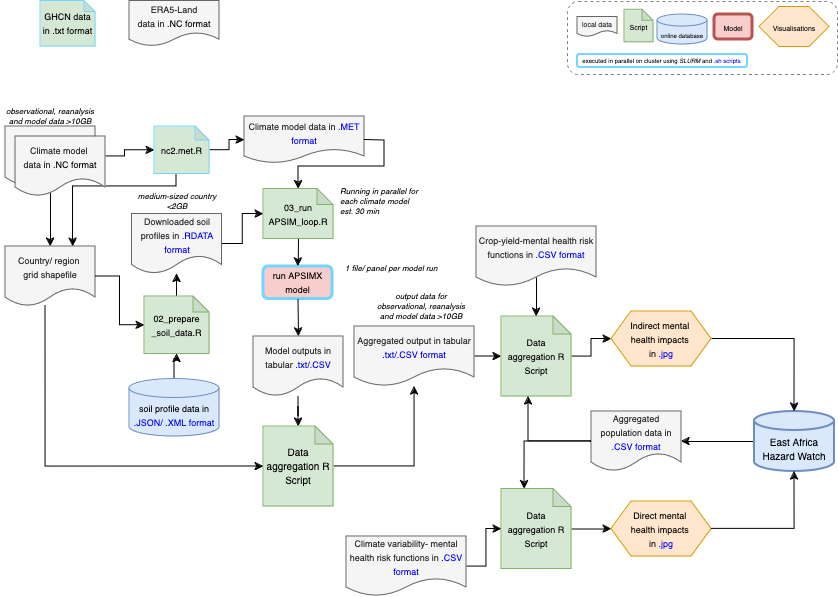
Before: Data_plan_CCAI24.drawio.png, a diagram exported from draw.io (Thalheimerl/WT_Climate_mentalhealth). Source tidied: cells renumbered, new cells last; positions are measured from the earlier drawing's top-left corner, leaving out a move shared by most shapes.
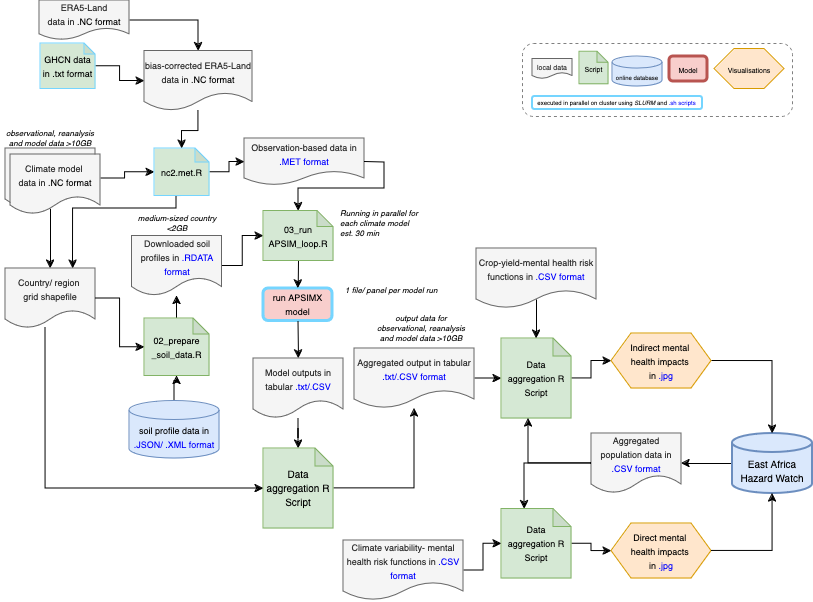
Later version of the same file.

The edit, as a diff of the source:
```diff
@@ -12,16 +12,16 @@
       <mxGeometry x="5" y="126" width="90" height="60" as="geometry" />
     </mxCell>
     <mxCell id="5" value="&lt;div&gt;&lt;font style=&quot;font-size: 6px;&quot;&gt;online database&lt;/font&gt;&lt;/div&gt;" style="shape=cylinder3;whiteSpace=wrap;html=1;boundedLbl=1;backgroundOutline=1;size=6.051724137931103;fillColor=#dae8fc;strokeColor=#6c8ebf;" parent="1" vertex="1">
-      <mxGeometry x="657" y="14" width="50" height="30" as="geometry" />
+      <mxGeometry x="612" y="34" width="50" height="30" as="geometry" />
     </mxCell>
     <mxCell id="6" value="&lt;font style=&quot;font-size: 7px;&quot;&gt;Visualisations&lt;/font&gt;" style="shape=hexagon;perimeter=hexagonPerimeter2;whiteSpace=wrap;html=1;fixedSize=1;fillColor=#ffe6cc;strokeColor=#d79b00;" parent="1" vertex="1">
-      <mxGeometry x="759" y="6.5" width="70" height="40" as="geometry" />
+      <mxGeometry x="714" y="26.5" width="70" height="40" as="geometry" />
     </mxCell>
     <mxCell id="7" value="&lt;font style=&quot;font-size: 7px;&quot;&gt;local data&lt;/font&gt;" style="shape=document;whiteSpace=wrap;html=1;boundedLbl=1;fillColor=#f5f5f5;fontColor=#333333;strokeColor=#666666;" parent="1" vertex="1">
-      <mxGeometry x="577" y="16.5" width="40" height="20" as="geometry" />
+      <mxGeometry x="532" y="36.5" width="40" height="20" as="geometry" />
     </mxCell>
     <mxCell id="8" value="&lt;font style=&quot;font-size: 7px;&quot;&gt;Script&lt;/font&gt;" style="shape=note;whiteSpace=wrap;html=1;backgroundOutline=1;darkOpacity=0.05;size=11;fillColor=#d5e8d4;strokeColor=#82b366;" parent="1" vertex="1">
-      <mxGeometry x="624" y="9.2" width="29" height="32.5" as="geometry" />
+      <mxGeometry x="579" y="29.2" width="29" height="32.5" as="geometry" />
     </mxCell>
     <mxCell id="9" value="&lt;div&gt;&lt;font style=&quot;font-size: 9px;&quot;&gt;Country/ region&amp;nbsp;&lt;/font&gt;&lt;/div&gt;&lt;div&gt;&lt;font style=&quot;font-size: 9px;&quot;&gt;grid shapefile&lt;/font&gt;&lt;/div&gt;" style="shape=document;whiteSpace=wrap;html=1;boundedLbl=1;fillColor=#f5f5f5;fontColor=#333333;strokeColor=#666666;" parent="1" vertex="1">
       <mxGeometry x="5" y="246" width="90" height="60" as="geometry" />
@@ -51,7 +51,7 @@
       <mxGeometry relative="1" as="geometry" />
     </mxCell>
     <mxCell id="18" value="&lt;font style=&quot;font-size: 7px;&quot;&gt;Model&lt;/font&gt;" style="rounded=1;whiteSpace=wrap;html=1;fillColor=#f8cecc;strokeColor=#b85450;strokeWidth=3;" parent="1" vertex="1">
-      <mxGeometry x="714" y="14" width="38" height="25" as="geometry" />
+      <mxGeometry x="669" y="34" width="38" height="25" as="geometry" />
     </mxCell>
     <mxCell id="19" style="edgeStyle=orthogonalEdgeStyle;rounded=0;jettySize=auto;html=1;" parent="1" edge="1" source="20" target="22">
       <mxGeometry relative="1" as="geometry" />
@@ -69,7 +69,7 @@
       <mxGeometry relative="1" as="geometry" />
     </mxCell>
     <mxCell id="24" value="&lt;font style=&quot;font-size: 10px;&quot;&gt;East Africa Hazard Watch&lt;br&gt;&lt;/font&gt;" style="shape=cylinder3;whiteSpace=wrap;html=1;boundedLbl=1;backgroundOutline=1;size=9.517241379310292;fillColor=#dae8fc;strokeColor=#6c8ebf;strokeWidth=2;" parent="1" vertex="1">
-      <mxGeometry x="754" y="411" width="80" height="60" as="geometry" />
+      <mxGeometry x="732" y="411" width="80" height="60" as="geometry" />
     </mxCell>
     <mxCell id="25" style="edgeStyle=orthogonalEdgeStyle;rounded=0;jettySize=auto;html=1;entryX=0;entryY=0.5;entryDx=0;entryDy=0;entryPerimeter=0;exitX=0.444;exitY=0.983;exitDx=0;exitDy=0;exitPerimeter=0;" parent="1" edge="1" source="9" target="22">
       <mxGeometry relative="1" as="geometry" />
@@ -98,7 +98,7 @@
       <mxGeometry relative="1" as="geometry" />
     </mxCell>
     <mxCell id="32" value="&lt;font style=&quot;font-size: 9px;&quot;&gt;Data aggregation R Script&lt;font&gt;&lt;br&gt;&lt;/font&gt;&lt;/font&gt;" style="shape=note;whiteSpace=wrap;html=1;backgroundOutline=1;darkOpacity=0.05;size=18;fillColor=#d5e8d4;strokeColor=#82b366;" parent="1" vertex="1">
-      <mxGeometry x="501" y="488.5" width="70" height="80" as="geometry" />
+      <mxGeometry x="501" y="486.5" width="70" height="69.5" as="geometry" />
     </mxCell>
     <mxCell id="33" style="edgeStyle=orthogonalEdgeStyle;rounded=0;jettySize=auto;html=1;entryX=0.386;entryY=1;entryDx=0;entryDy=0;entryPerimeter=0;" parent="1" edge="1" source="30" target="29">
       <mxGeometry relative="1" as="geometry" />
@@ -142,7 +142,7 @@
       <mxGeometry relative="1" as="geometry" />
     </mxCell>
     <mxCell id="46" value="&lt;font style=&quot;font-size: 9px;&quot;&gt;Climate variability- mental health risk functions in &lt;span style=&quot;color: rgb(0, 0, 255);&quot;&gt;.CSV format&lt;/span&gt;&lt;font&gt;&lt;span style=&quot;color: rgb(0, 0, 255);&quot;&gt;&lt;br&gt;&lt;/span&gt;&lt;/font&gt;&lt;/font&gt;" style="shape=document;whiteSpace=wrap;html=1;boundedLbl=1;fillColor=#f5f5f5;fontColor=#333333;strokeColor=#666666;" parent="1" vertex="1">
-      <mxGeometry x="346" y="536" width="120" height="60" as="geometry" />
+      <mxGeometry x="343" y="518" width="120" height="60" as="geometry" />
     </mxCell>
     <mxCell id="47" value="&lt;font style=&quot;font-size: 9px;&quot;&gt;Crop-yield-mental health risk functions in &lt;span style=&quot;color: rgb(0, 0, 255);&quot;&gt;.CSV format&lt;/span&gt;&lt;/font&gt;" style="shape=document;whiteSpace=wrap;html=1;boundedLbl=1;fillColor=#f5f5f5;fontColor=#333333;strokeColor=#666666;" parent="1" vertex="1">
       <mxGeometry x="476" y="226" width="120" height="60" as="geometry" />
@@ -152,7 +152,7 @@
         <mxPoint x="536" y="277" as="sourcePoint" />
       </mxGeometry>
     </mxCell>
-    <mxCell id="49" value="&lt;font style=&quot;font-size: 9px;&quot;&gt;Climate model data in &lt;span style=&quot;color: rgb(0, 0, 255);&quot;&gt;.MET format&lt;br&gt;&lt;/span&gt;&lt;/font&gt;" style="shape=document;whiteSpace=wrap;html=1;boundedLbl=1;fillColor=#f5f5f5;fontColor=#333333;strokeColor=#666666;" parent="1" vertex="1">
+    <mxCell id="49" value="&lt;font style=&quot;font-size: 9px;&quot;&gt;Observation-based data in &lt;span style=&quot;color: rgb(0, 0, 255);&quot;&gt;.MET format&lt;br&gt;&lt;/span&gt;&lt;/font&gt;" style="shape=document;whiteSpace=wrap;html=1;boundedLbl=1;fillColor=#f5f5f5;fontColor=#333333;strokeColor=#666666;" parent="1" vertex="1">
       <mxGeometry x="244" y="116" width="120" height="47" as="geometry" />
     </mxCell>
     <mxCell id="50" style="endArrow=classic;html=1;rounded=0;entryX=0.5;entryY=0;entryDx=0;entryDy=0;entryPerimeter=0;exitX=1;exitY=0.5;exitDx=0;exitDy=0;" parent="1" edge="1" source="49" target="16">
@@ -174,10 +174,10 @@
       <mxGeometry relative="1" as="geometry" />
     </mxCell>
     <mxCell id="54" value="&lt;font style=&quot;font-size: 6px;&quot;&gt;executed in parallel on cluster using &lt;i&gt;SLURM&lt;/i&gt; and &lt;font style=&quot;color: rgb(0, 0, 255);&quot;&gt;.sh scripts&lt;br&gt;&lt;/font&gt;&lt;/font&gt;" style="text;html=1;align=center;verticalAlign=middle;whiteSpace=wrap;rounded=0;" parent="1" vertex="1">
-      <mxGeometry x="577" y="44" width="169" height="30" as="geometry" />
+      <mxGeometry x="532" y="64" width="169" height="30" as="geometry" />
     </mxCell>
     <mxCell id="55" style="rounded=1;whiteSpace=wrap;html=1;strokeWidth=2;strokeColor=light-dark(#75D5FF,#008F00);fillColor=none;" parent="1" vertex="1">
-      <mxGeometry x="577" y="54" width="170" height="13" as="geometry" />
+      <mxGeometry x="532" y="74" width="170" height="13" as="geometry" />
     </mxCell>
     <mxCell id="56" style="edgeStyle=orthogonalEdgeStyle;rounded=0;orthogonalLoop=1;jettySize=auto;html=1;exitX=0.5;exitY=1;exitDx=0;exitDy=0;" parent="1" edge="1" source="55" target="55">
       <mxGeometry relative="1" as="geometry" />
@@ -188,8 +188,9 @@
     <mxCell id="58" style="edgeStyle=orthogonalEdgeStyle;rounded=0;jettySize=auto;html=1;entryX=0.75;entryY=0;entryDx=0;entryDy=0;exitX=0.5;exitY=1;exitDx=0;exitDy=0;exitPerimeter=0;" parent="1" edge="1" source="59" target="9">
       <mxGeometry relative="1" as="geometry">
         <Array as="points">
+          <mxPoint x="176" y="174" />
           <mxPoint x="176" y="186" />
-          <mxPoint x="72" y="186" />
+          <mxPoint x="73" y="186" />
         </Array>
       </mxGeometry>
     </mxCell>
@@ -197,16 +198,28 @@
       <mxGeometry x="154" y="126" width="55" height="47.5" as="geometry" />
     </mxCell>
     <mxCell id="60" style="rounded=1;whiteSpace=wrap;html=1;fillColor=none;dashed=1;strokeColor=#808080;" parent="1" vertex="1">
-      <mxGeometry x="567" y="1" width="270" height="73" as="geometry" />
+      <mxGeometry x="522" y="21" width="270" height="73" as="geometry" />
     </mxCell>
+    <mxCell id="64" style="edgeStyle=orthogonalEdgeStyle;rounded=0;jettySize=auto;html=1;" parent="1" edge="1" source="61" target="67">
+      <mxGeometry relative="1" as="geometry" />
+    </mxCell>
     <mxCell id="61" value="&lt;font style=&quot;font-size: 9px;&quot;&gt;GHCN data in .txt format&lt;br&gt;&lt;/font&gt;" style="shape=note;whiteSpace=wrap;html=1;backgroundOutline=1;darkOpacity=0.05;size=11;fillColor=#d5e8d4;strokeColor=#75D5FF;" parent="1" vertex="1">
-      <mxGeometry x="40" y="0.5" width="55" height="45.5" as="geometry" />
+      <mxGeometry x="40" y="21" width="55" height="45.5" as="geometry" />
     </mxCell>
     <mxCell id="62" value="&lt;div&gt;&lt;font style=&quot;font-size: 9px;&quot;&gt;Climate model&amp;nbsp;&lt;/font&gt;&lt;/div&gt;&lt;div&gt;&lt;font style=&quot;font-size: 9px;&quot;&gt;&lt;font&gt;data in &lt;span style=&quot;color: rgb(0, 0, 255);&quot;&gt;&lt;span style=&quot;color: light-dark(rgb(0, 0, 255), rgb(237, 237, 237));&quot;&gt;&lt;span style=&quot;color: rgb(0, 0, 204);&quot;&gt;&lt;span style=&quot;color: light-dark(rgb(4, 50, 255), rgb(237, 237, 237));&quot;&gt;&lt;span style=&quot;color: light-dark(rgb(0, 0, 255), rgb(237, 237, 237));&quot;&gt;&lt;span style=&quot;color: rgb(0, 0, 255);&quot;&gt;&lt;span style=&quot;color: light-dark(rgb(0, 0, 0), rgb(237, 237, 237));&quot;&gt;.NC format&lt;/span&gt;&lt;/span&gt;&lt;/span&gt;&lt;/span&gt;&lt;/span&gt;&lt;/span&gt;&lt;/span&gt;&lt;/font&gt;&lt;font style=&quot;color: rgba(0, 0, 0, 0);&quot;&gt;&lt;br&gt;&lt;/font&gt;&lt;/font&gt;&lt;/div&gt;" style="shape=document;whiteSpace=wrap;html=1;boundedLbl=1;fillColor=#f5f5f5;fontColor=#333333;strokeColor=#666666;" parent="1" vertex="1">
-      <mxGeometry x="15" y="136" width="90" height="60" as="geometry" />
+      <mxGeometry x="10" y="132" width="90" height="60" as="geometry" />
     </mxCell>
+    <mxCell id="65" style="edgeStyle=orthogonalEdgeStyle;rounded=0;jettySize=auto;html=1;" parent="1" edge="1" source="63" target="67">
+      <mxGeometry relative="1" as="geometry" />
+    </mxCell>
     <mxCell id="63" value="&lt;div&gt;&lt;font style=&quot;font-size: 9px;&quot;&gt;ERA5-Land &lt;br&gt;&lt;/font&gt;&lt;/div&gt;&lt;div&gt;&lt;font style=&quot;font-size: 9px;&quot;&gt;&lt;font&gt;data in &lt;span style=&quot;color: light-dark(rgb(0, 0, 255), rgb(237, 237, 237));&quot;&gt;&lt;span style=&quot;color: light-dark(rgb(0, 0, 255), rgb(237, 237, 237));&quot;&gt;&lt;span style=&quot;color: rgb(0, 0, 255);&quot;&gt;&lt;span style=&quot;color: light-dark(rgb(0, 0, 0), rgb(237, 237, 237));&quot;&gt;.NC format&lt;/span&gt;&lt;/span&gt;&lt;/span&gt;&lt;/span&gt;&lt;/font&gt;&lt;font style=&quot;color: rgba(0, 0, 0, 0);&quot;&gt;&lt;br&gt;&lt;/font&gt;&lt;/font&gt;&lt;/div&gt;" style="shape=document;whiteSpace=wrap;html=1;boundedLbl=1;fillColor=#f5f5f5;fontColor=#333333;strokeColor=#666666;" parent="1" vertex="1">
-      <mxGeometry x="129" y="0.5" width="90" height="45.5" as="geometry" />
+      <mxGeometry x="39" y="-22" width="90" height="39.8" as="geometry" />
     </mxCell>
+    <mxCell id="66" style="edgeStyle=orthogonalEdgeStyle;rounded=0;jettySize=auto;html=1;" parent="1" edge="1" source="67" target="59">
+      <mxGeometry relative="1" as="geometry" />
+    </mxCell>
+    <mxCell id="67" value="&lt;div&gt;&lt;font style=&quot;font-size: 9px;&quot;&gt;bias-corrected ERA5-Land &lt;br&gt;&lt;/font&gt;&lt;/div&gt;&lt;div&gt;&lt;font style=&quot;font-size: 9px;&quot;&gt;&lt;font&gt;data in &lt;span style=&quot;color: light-dark(rgb(0, 0, 255), rgb(0, 0, 255));&quot;&gt;&lt;span style=&quot;color: rgb(0, 0, 255);&quot;&gt;&lt;span style=&quot;color: light-dark(rgb(0, 0, 255), rgb(237, 237, 237));&quot;&gt;&lt;span style=&quot;color: light-dark(rgb(0, 0, 255), rgb(237, 237, 237));&quot;&gt;&lt;span style=&quot;color: rgb(0, 0, 255);&quot;&gt;&lt;span style=&quot;color: light-dark(rgb(0, 0, 0), rgb(237, 237, 237));&quot;&gt;.NC format&lt;/span&gt;&lt;/span&gt;&lt;/span&gt;&lt;/span&gt;&lt;/span&gt;&lt;/span&gt;&lt;/font&gt;&lt;font style=&quot;color: rgba(0, 0, 0, 0);&quot;&gt;&lt;br&gt;&lt;/font&gt;&lt;/font&gt;&lt;/div&gt;" style="shape=document;whiteSpace=wrap;html=1;boundedLbl=1;fillColor=#f5f5f5;fontColor=#333333;strokeColor=#666666;" parent="1" vertex="1">
+      <mxGeometry x="144" y="28.5" width="108" height="60" as="geometry" />
+    </mxCell>
   </root>
 </mxGraphModel>
```
